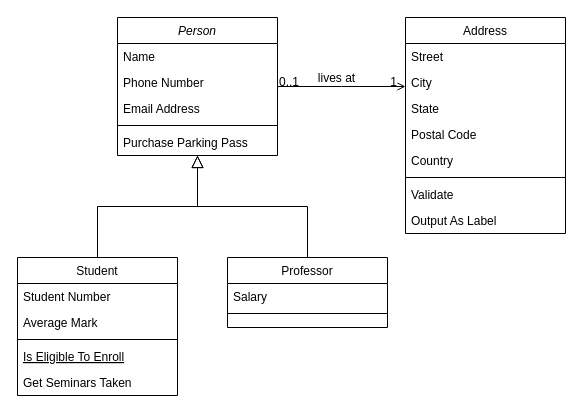
The draw.io diagram WandW_class.drawio in wildwood44/WildAndWyrdDemo, before the edit. Source tidied: cells renumbered, new cells numbered last; positions are measured from the earlier drawing's top-left corner, leaving out a move shared by most shapes. Both pictures are drawn from the tidied source at 100%, with x=0, y=0 at pixel (17, 17).
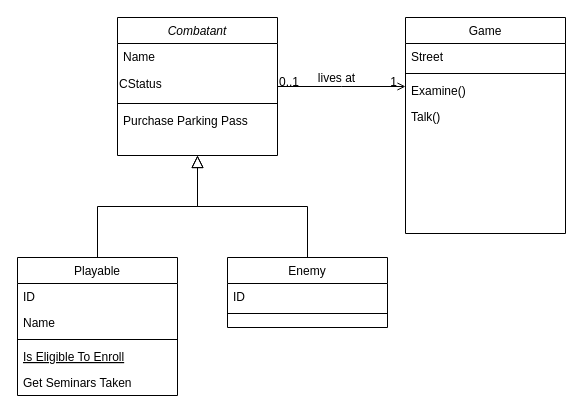
Above is the later version.

What changed in the source:
```diff
@@
-    <mxCell id="2" value="Person" style="swimlane;fontStyle=2;align=center;verticalAlign=top;horizontal=1;startSize=26;rounded=0;shadow=0;strokeWidth=1;" parent="1" vertex="1">
+    <mxCell id="2" value="Combatant" style="swimlane;fontStyle=2;align=center;verticalAlign=top;horizontal=1;startSize=26;rounded=0;shadow=0;strokeWidth=1;" parent="1" vertex="1">
       <mxGeometry x="100" width="160" height="138" as="geometry" />
     </mxCell>
@@
-    <mxCell id="4" value="Phone Number" style="text;align=left;verticalAlign=top;spacingLeft=4;spacingRight=4;overflow=hidden;rounded=0;shadow=0;html=0;" parent="2" vertex="1">
-      <mxGeometry y="52" width="160" height="26" as="geometry" />
-    </mxCell>
-    <mxCell id="5" value="Email Address" style="text;align=left;verticalAlign=top;spacingLeft=4;spacingRight=4;overflow=hidden;rounded=0;shadow=0;html=0;" parent="2" vertex="1">
-      <mxGeometry y="78" width="160" height="26" as="geometry" />
-    </mxCell>
+    <mxCell id="32" value="CStatus" style="text;html=1;strokeColor=none;fillColor=none;align=left;verticalAlign=middle;whiteSpace=wrap;rounded=0;" parent="2" vertex="1">
+      <mxGeometry y="52" width="160" height="30" as="geometry" />
+    </mxCell>
     <mxCell id="6" style="line;html=1;strokeWidth=1;align=left;verticalAlign=middle;spacingTop=-1;spacingLeft=3;spacingRight=3;labelPosition=right;" parent="2" vertex="1">
-      <mxGeometry y="104" width="160" height="8" as="geometry" />
+      <mxGeometry y="82" width="160" height="8" as="geometry" />
     </mxCell>
     <mxCell id="7" value="Purchase Parking Pass" style="text;align=left;verticalAlign=top;spacingLeft=4;spacingRight=4;overflow=hidden;" parent="2" vertex="1">
-      <mxGeometry y="112" width="160" height="26" as="geometry" />
+      <mxGeometry y="90" width="160" height="26" as="geometry" />
     </mxCell>
-    <mxCell id="8" value="Student" style="swimlane;fontStyle=0;align=center;verticalAlign=top;horizontal=1;startSize=26;rounded=0;shadow=0;strokeWidth=1;" parent="1" vertex="1">
+    <mxCell id="8" value="Playable" style="swimlane;fontStyle=0;align=center;verticalAlign=top;horizontal=1;startSize=26;rounded=0;shadow=0;strokeWidth=1;" parent="1" vertex="1">
       <mxGeometry y="240" width="160" height="138" as="geometry" />
     </mxCell>
-    <mxCell id="9" value="Student Number" style="text;align=left;verticalAlign=top;spacingLeft=4;spacingRight=4;overflow=hidden;" parent="8" vertex="1">
+    <mxCell id="9" value="ID" style="text;align=left;verticalAlign=top;spacingLeft=4;spacingRight=4;overflow=hidden;" parent="8" vertex="1">
       <mxGeometry y="26" width="160" height="26" as="geometry" />
     </mxCell>
-    <mxCell id="10" value="Average Mark" style="text;align=left;verticalAlign=top;spacingLeft=4;spacingRight=4;overflow=hidden;rounded=0;shadow=0;html=0;" parent="8" vertex="1">
+    <mxCell id="10" value="Name" style="text;align=left;verticalAlign=top;spacingLeft=4;spacingRight=4;overflow=hidden;rounded=0;shadow=0;html=0;" parent="8" vertex="1">
       <mxGeometry y="52" width="160" height="26" as="geometry" />
     </mxCell>
@@
-    <mxCell id="15" value="Professor" style="swimlane;fontStyle=0;align=center;verticalAlign=top;horizontal=1;startSize=26;rounded=0;shadow=0;strokeWidth=1;" parent="1" vertex="1">
+    <mxCell id="15" value="Enemy" style="swimlane;fontStyle=0;align=center;verticalAlign=top;horizontal=1;startSize=26;rounded=0;shadow=0;strokeWidth=1;" parent="1" vertex="1">
       <mxGeometry x="210" y="240" width="160" height="70" as="geometry" />
     </mxCell>
-    <mxCell id="16" value="Salary" style="text;align=left;verticalAlign=top;spacingLeft=4;spacingRight=4;overflow=hidden;" parent="15" vertex="1">
+    <mxCell id="16" value="ID" style="text;align=left;verticalAlign=top;spacingLeft=4;spacingRight=4;overflow=hidden;" parent="15" vertex="1">
       <mxGeometry y="26" width="160" height="26" as="geometry" />
     </mxCell>
@@
-    <mxCell id="19" value="Address" style="swimlane;fontStyle=0;align=center;verticalAlign=top;horizontal=1;startSize=26;rounded=0;shadow=0;strokeWidth=1;" parent="1" vertex="1">
+    <mxCell id="19" value="Game" style="swimlane;fontStyle=0;align=center;verticalAlign=top;horizontal=1;startSize=26;rounded=0;shadow=0;strokeWidth=1;" parent="1" vertex="1">
       <mxGeometry x="388" width="160" height="216" as="geometry" />
     </mxCell>
@@
-    <mxCell id="21" value="City" style="text;align=left;verticalAlign=top;spacingLeft=4;spacingRight=4;overflow=hidden;rounded=0;shadow=0;html=0;" parent="19" vertex="1">
-      <mxGeometry y="52" width="160" height="26" as="geometry" />
-    </mxCell>
-    <mxCell id="22" value="State" style="text;align=left;verticalAlign=top;spacingLeft=4;spacingRight=4;overflow=hidden;rounded=0;shadow=0;html=0;" parent="19" vertex="1">
-      <mxGeometry y="78" width="160" height="26" as="geometry" />
-    </mxCell>
-    <mxCell id="23" value="Postal Code" style="text;align=left;verticalAlign=top;spacingLeft=4;spacingRight=4;overflow=hidden;rounded=0;shadow=0;html=0;" parent="19" vertex="1">
-      <mxGeometry y="104" width="160" height="26" as="geometry" />
-    </mxCell>
-    <mxCell id="24" value="Country" style="text;align=left;verticalAlign=top;spacingLeft=4;spacingRight=4;overflow=hidden;rounded=0;shadow=0;html=0;" parent="19" vertex="1">
-      <mxGeometry y="130" width="160" height="26" as="geometry" />
-    </mxCell>
     <mxCell id="25" style="line;html=1;strokeWidth=1;align=left;verticalAlign=middle;spacingTop=-1;spacingLeft=3;spacingRight=3;labelPosition=right;" parent="19" vertex="1">
-      <mxGeometry y="156" width="160" height="8" as="geometry" />
+      <mxGeometry y="52" width="160" height="8" as="geometry" />
     </mxCell>
-    <mxCell id="26" value="Validate" style="text;align=left;verticalAlign=top;spacingLeft=4;spacingRight=4;overflow=hidden;" parent="19" vertex="1">
-      <mxGeometry y="164" width="160" height="26" as="geometry" />
+    <mxCell id="26" value="Examine()" style="text;align=left;verticalAlign=top;spacingLeft=4;spacingRight=4;overflow=hidden;" parent="19" vertex="1">
+      <mxGeometry y="60" width="160" height="26" as="geometry" />
     </mxCell>
-    <mxCell id="27" value="Output As Label" style="text;align=left;verticalAlign=top;spacingLeft=4;spacingRight=4;overflow=hidden;" parent="19" vertex="1">
-      <mxGeometry y="190" width="160" height="26" as="geometry" />
+    <mxCell id="27" value="Talk()" style="text;align=left;verticalAlign=top;spacingLeft=4;spacingRight=4;overflow=hidden;" parent="19" vertex="1">
+      <mxGeometry y="86" width="160" height="26" as="geometry" />
     </mxCell>
```
